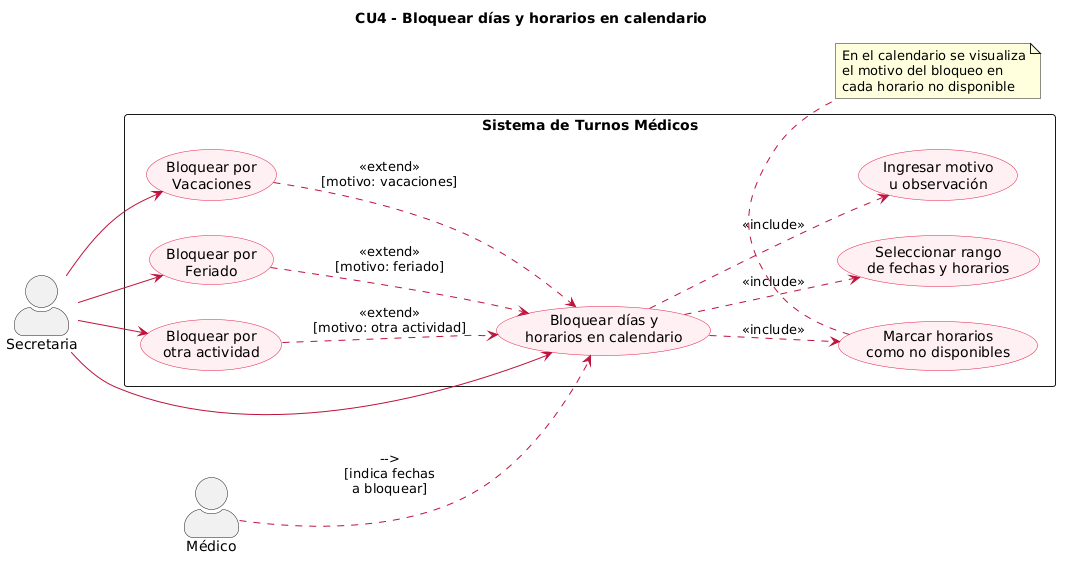
angelgc9107-lgtm/SistemaTurnosMedicos_GP6 keeps this PlantUML diagram as diagramas/02-casos-de-uso/02-caso-uso-bloquear-horarios-04.png. Above is the earlier version.
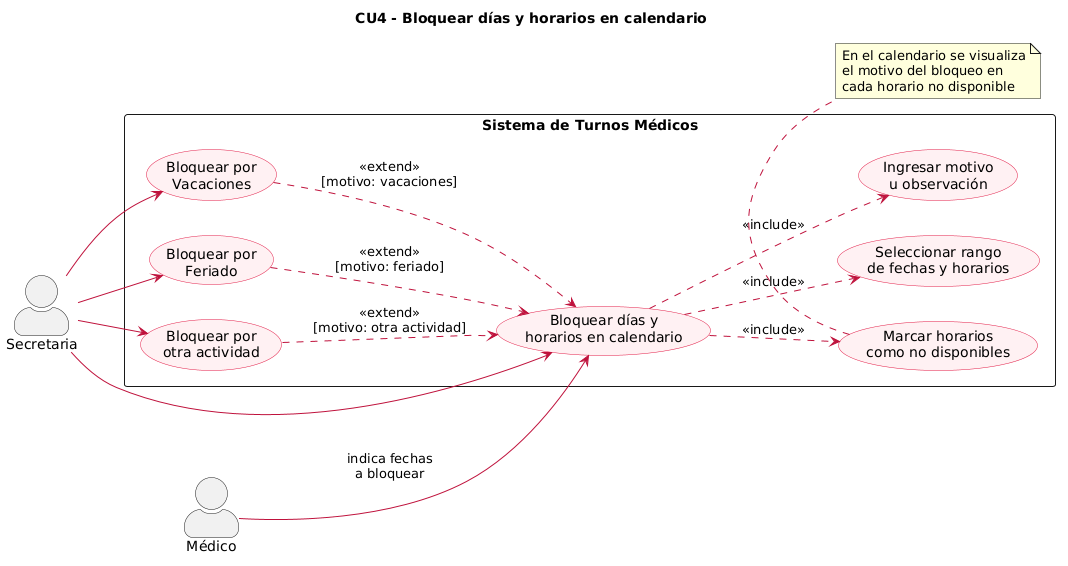
The same file after the commit.

Commit message:
Corrección en los link de indice de diagramas & diagramas de casos de uso jpg

Change to the diagram source:
```diff
@@ -35,7 +35,7 @@
 
 }
 
-MED ..> CU4     : -->\n[indica fechas\na bloquear]
+MED --> CU4 : indica fechas\na bloquear
 SEC --> CU4
 SEC --> CU4_EXT1
 SEC --> CU4_EXT2
```
